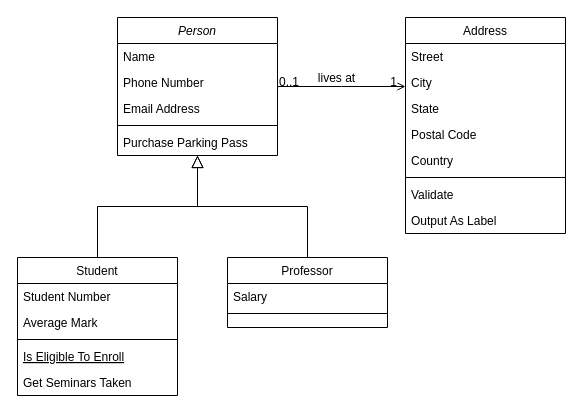
Before: Персональный помощник.drawio in PavelStelmakhV/personal-assistant-with-cli, a draw.io diagram. Source tidied: cells renumbered, new cells numbered last; positions are measured from the earlier drawing's top-left corner, leaving out a move shared by most shapes. Both pictures are drawn from the tidied source at 100%, with x=0, y=0 at pixel (17, 17).
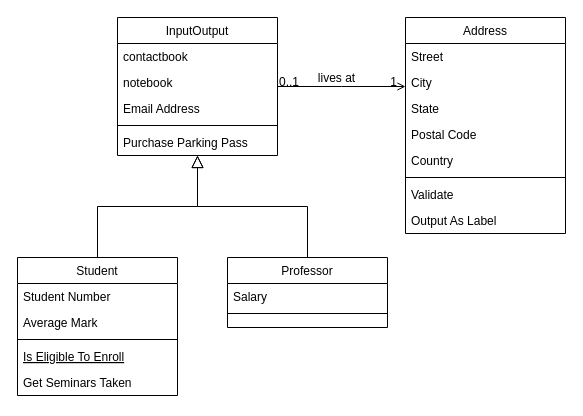
The same page after the edit.

Diff of the diagram source:
```diff
@@
-    <mxCell id="2" value="Person" style="swimlane;fontStyle=2;align=center;verticalAlign=top;horizontal=1;startSize=26;rounded=0;shadow=0;strokeWidth=1;" parent="1" vertex="1">
+    <mxCell id="2" value="InputOutput" style="swimlane;fontStyle=0;align=center;verticalAlign=top;horizontal=1;startSize=26;rounded=0;shadow=0;strokeWidth=1;" parent="1" vertex="1">
       <mxGeometry x="100" width="160" height="138" as="geometry" />
     </mxCell>
-    <mxCell id="3" value="Name" style="text;align=left;verticalAlign=top;spacingLeft=4;spacingRight=4;overflow=hidden;" parent="2" vertex="1">
+    <mxCell id="3" value="contactbook" style="text;align=left;verticalAlign=top;spacingLeft=4;spacingRight=4;overflow=hidden;" parent="2" vertex="1">
       <mxGeometry y="26" width="160" height="26" as="geometry" />
     </mxCell>
-    <mxCell id="4" value="Phone Number" style="text;align=left;verticalAlign=top;spacingLeft=4;spacingRight=4;overflow=hidden;rounded=0;shadow=0;html=0;" parent="2" vertex="1">
+    <mxCell id="4" value="notebook" style="text;align=left;verticalAlign=top;spacingLeft=4;spacingRight=4;overflow=hidden;rounded=0;shadow=0;html=0;" parent="2" vertex="1">
       <mxGeometry y="52" width="160" height="26" as="geometry" />
     </mxCell>
```
